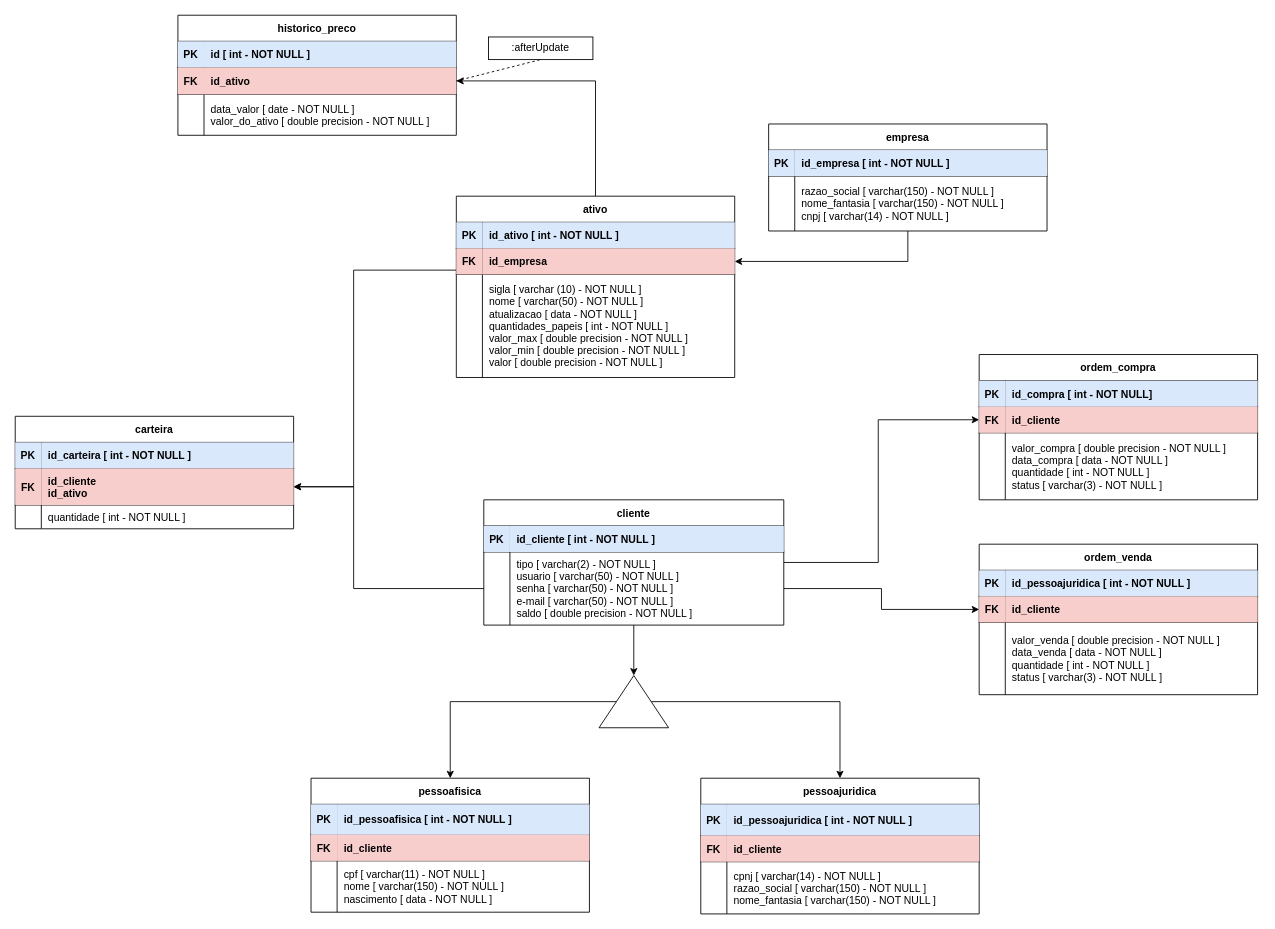
Before: page "Banco de Dados" (1 of 2) of Diagrama do Banco.drawio in MobralBroker/SolinfBrokerOld, a draw.io diagram. Source tidied: cells renumbered, new cells numbered last; positions are measured from the earlier drawing's top-left corner, leaving out a move shared by most shapes. Both pictures are drawn from the tidied source at 87%, with x=0, y=0 at pixel (15, 15).
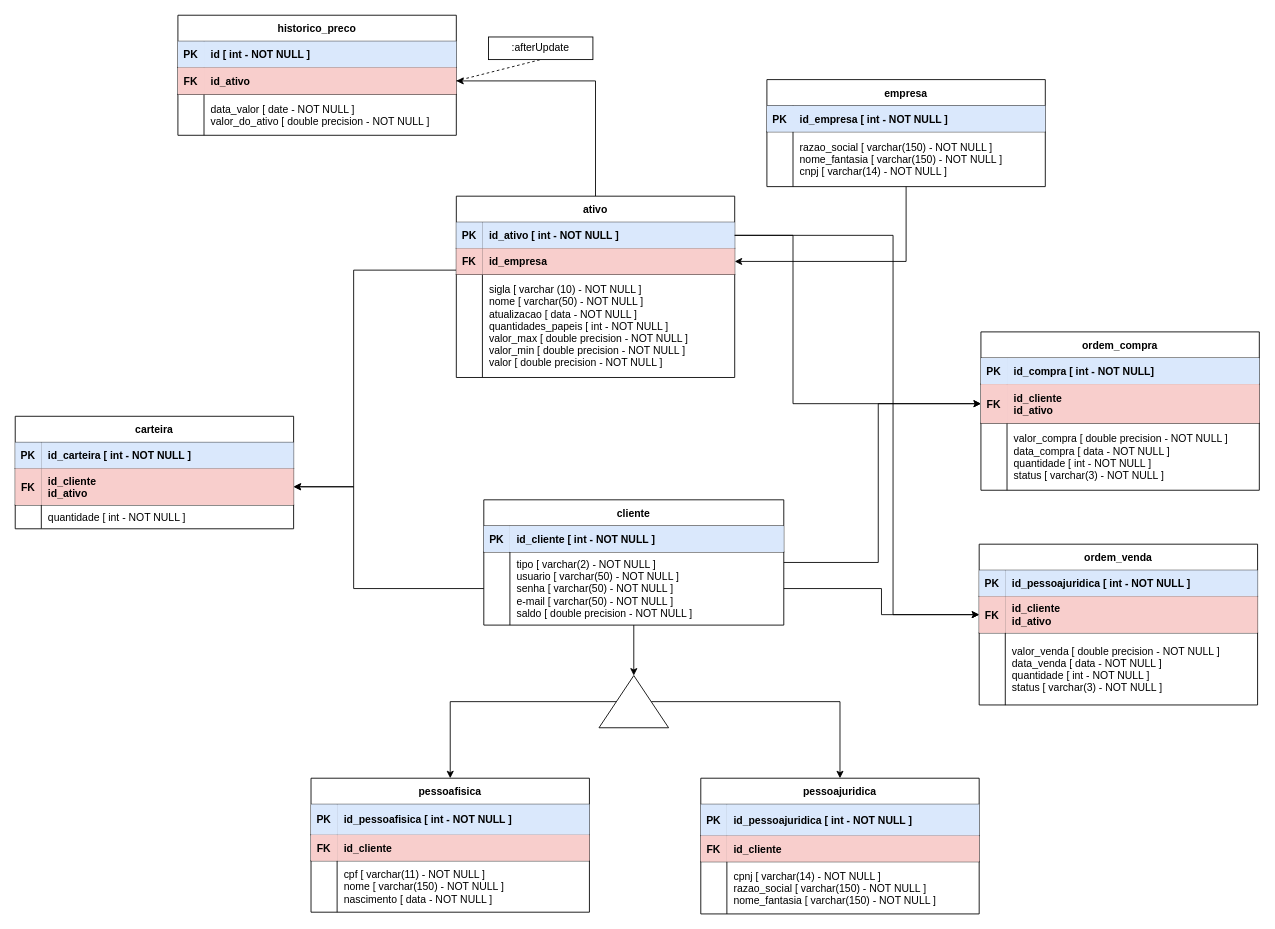
After the change.

Unchanged cells that the change refers to:
```xml
<mxCell id="4" value="cliente" style="shape=table;startSize=30;childLayout=tableLayout;rowLines=0;fontStyle=1;align=center;absoluteArcSize=0;rounded=0;" parent="1" vertex="1">
  <mxGeometry x="538.6" y="557" width="344.8" height="144" as="geometry" />
</mxCell>
<mxCell id="69" style="shape=partialRectangle;fillColor=none;points=[[0,0.5],[1,0.5]];portConstraint=eastwest;top=0;left=0;right=0;bottom=1;rounded=0;" parent="68" vertex="1">
  <mxGeometry y="30" width="320" height="30" as="geometry" />
</mxCell>
```

The edit, as a diff of the source:
```diff
@@
     <mxCell id="3" style="edgeStyle=orthogonalEdgeStyle;rounded=0;jettySize=auto;html=1;entryX=0;entryY=0.5;entryDx=0;entryDy=0;fontFamily=Helvetica;fontSize=12;fontColor=default;startSize=30;" parent="1" edge="1" source="4" target="38">
       <mxGeometry relative="1" as="geometry">
         <Array as="points">
           <mxPoint x="992" y="629" />
-          <mxPoint x="992" y="465" />
+          <mxPoint x="992" y="447" />
         </Array>
       </mxGeometry>
     </mxCell>
@@
     <mxCell id="34" value="ordem_compra" style="shape=table;startSize=30;childLayout=tableLayout;rowLines=0;fontStyle=1;align=center;absoluteArcSize=0;rounded=0;" parent="1" vertex="1">
-      <mxGeometry x="1108" y="390" width="320" height="167" as="geometry" />
+      <mxGeometry x="1110" y="364" width="320" height="182" as="geometry" />
     </mxCell>
@@
     <mxCell id="38" style="shape=partialRectangle;fillColor=none;points=[[0,0.5],[1,0.5]];portConstraint=eastwest;top=0;left=0;right=0;bottom=1;rounded=0;" parent="34" vertex="1">
-      <mxGeometry y="60" width="320" height="30" as="geometry" />
+      <mxGeometry y="60" width="320" height="45" as="geometry" />
     </mxCell>
     <mxCell id="39" value="FK" style="shape=partialRectangle;overflow=hidden;fillColor=#f8cecc;top=0;left=0;bottom=0;right=0;fontStyle=1;labelBackgroundColor=none;labelBorderColor=none;strokeColor=#b85450;rounded=0;" parent="38" vertex="1">
-      <mxGeometry width="30" height="30" as="geometry" />
+      <mxGeometry width="30" height="45" as="geometry" />
     </mxCell>
-    <mxCell id="40" value="id_cliente" style="shape=partialRectangle;overflow=hidden;fillColor=#f8cecc;top=0;left=0;bottom=0;right=0;align=left;spacingLeft=6;fontStyle=1;labelBackgroundColor=none;labelBorderColor=none;strokeColor=#b85450;rounded=0;" parent="38" vertex="1">
-      <mxGeometry x="30" width="290" height="30" as="geometry" />
+    <mxCell id="40" value="id_cliente&#10;id_ativo" style="shape=partialRectangle;overflow=hidden;fillColor=#f8cecc;top=0;left=0;bottom=0;right=0;align=left;spacingLeft=6;fontStyle=1;labelBackgroundColor=none;labelBorderColor=none;strokeColor=#b85450;rounded=0;" parent="38" vertex="1">
+      <mxGeometry x="30" width="290" height="45" as="geometry" />
     </mxCell>
     <mxCell id="41" style="shape=partialRectangle;fillColor=none;top=0;left=0;right=0;bottom=0;rounded=0;" parent="34" vertex="1">
-      <mxGeometry y="90" width="320" height="77" as="geometry" />
+      <mxGeometry y="105" width="320" height="77" as="geometry" />
     </mxCell>
@@
     <mxCell id="44" value="ordem_venda" style="shape=table;startSize=30;childLayout=tableLayout;rowLines=0;fontStyle=1;align=center;absoluteArcSize=0;rounded=0;" parent="1" vertex="1">
-      <mxGeometry x="1108" y="608" width="320" height="173" as="geometry" />
+      <mxGeometry x="1108" y="608" width="320" height="184.8" as="geometry" />
     </mxCell>
@@
     <mxCell id="48" style="shape=partialRectangle;fillColor=none;points=[[0,0.5],[1,0.5]];portConstraint=eastwest;top=0;left=0;right=0;bottom=1;rounded=0;" parent="44" vertex="1">
-      <mxGeometry y="60" width="320" height="30" as="geometry" />
+      <mxGeometry y="60" width="320" height="42" as="geometry" />
     </mxCell>
     <mxCell id="49" value="FK" style="shape=partialRectangle;overflow=hidden;fillColor=#f8cecc;top=0;left=0;bottom=0;right=0;fontStyle=1;labelBackgroundColor=none;labelBorderColor=none;strokeColor=#b85450;rounded=0;" parent="48" vertex="1">
-      <mxGeometry width="30" height="30" as="geometry" />
+      <mxGeometry width="30" height="42" as="geometry" />
     </mxCell>
-    <mxCell id="50" value="id_cliente" style="shape=partialRectangle;overflow=hidden;fillColor=#f8cecc;top=0;left=0;bottom=0;right=0;align=left;spacingLeft=6;fontStyle=1;labelBackgroundColor=none;labelBorderColor=none;strokeColor=#b85450;rounded=0;" parent="48" vertex="1">
-      <mxGeometry x="30" width="290" height="30" as="geometry" />
+    <mxCell id="50" value="id_cliente&#10;id_ativo" style="shape=partialRectangle;overflow=hidden;fillColor=#f8cecc;top=0;left=0;bottom=0;right=0;align=left;spacingLeft=6;fontStyle=1;labelBackgroundColor=none;labelBorderColor=none;strokeColor=#b85450;rounded=0;" parent="48" vertex="1">
+      <mxGeometry x="30" width="290" height="42" as="geometry" />
     </mxCell>
     <mxCell id="51" style="shape=partialRectangle;fillColor=none;top=0;left=0;right=0;bottom=0;rounded=0;" parent="44" vertex="1">
-      <mxGeometry y="90" width="320" height="83" as="geometry" />
+      <mxGeometry y="102" width="320" height="83" as="geometry" />
     </mxCell>
@@
     <mxCell id="79" value="empresa" style="shape=table;startSize=30;childLayout=tableLayout;rowLines=0;fontStyle=1;align=center;absoluteArcSize=0;rounded=0;" parent="1" vertex="1">
-      <mxGeometry x="866" y="125" width="320" height="123" as="geometry" />
+      <mxGeometry x="864" y="74" width="320" height="123" as="geometry" />
     </mxCell>
@@
+    <mxCell id="98" style="edgeStyle=orthogonalEdgeStyle;rounded=0;jettySize=auto;html=1;entryX=0;entryY=0.5;entryDx=0;entryDy=0;" parent="1" edge="1" source="69" target="38">
+      <mxGeometry relative="1" as="geometry">
+        <Array as="points">
+          <mxPoint x="894" y="253" />
+          <mxPoint x="894" y="447" />
+        </Array>
+      </mxGeometry>
+    </mxCell>
+    <mxCell id="99" style="edgeStyle=orthogonalEdgeStyle;rounded=0;jettySize=auto;html=1;entryX=0;entryY=0.5;entryDx=0;entryDy=0;" parent="1" edge="1" source="69" target="48">
+      <mxGeometry relative="1" as="geometry">
+        <Array as="points">
+          <mxPoint x="1009" y="253" />
+          <mxPoint x="1009" y="689" />
+        </Array>
+      </mxGeometry>
+    </mxCell>
```
